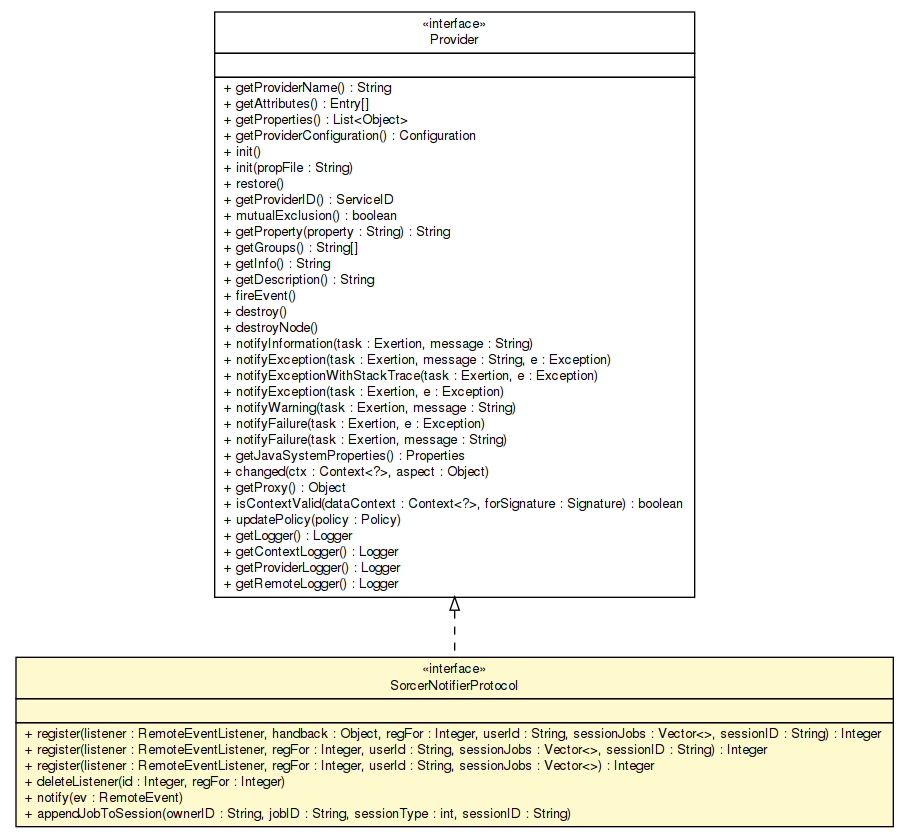
This is apidocs/sorcer/core/SorcerNotifierProtocol.png from sorcersoft/sorcersoft.github.io, a Graphviz export, as it was before one commit. Its source is kept beside it as apidocs/sorcer/core/SorcerNotifierProtocol.dot.
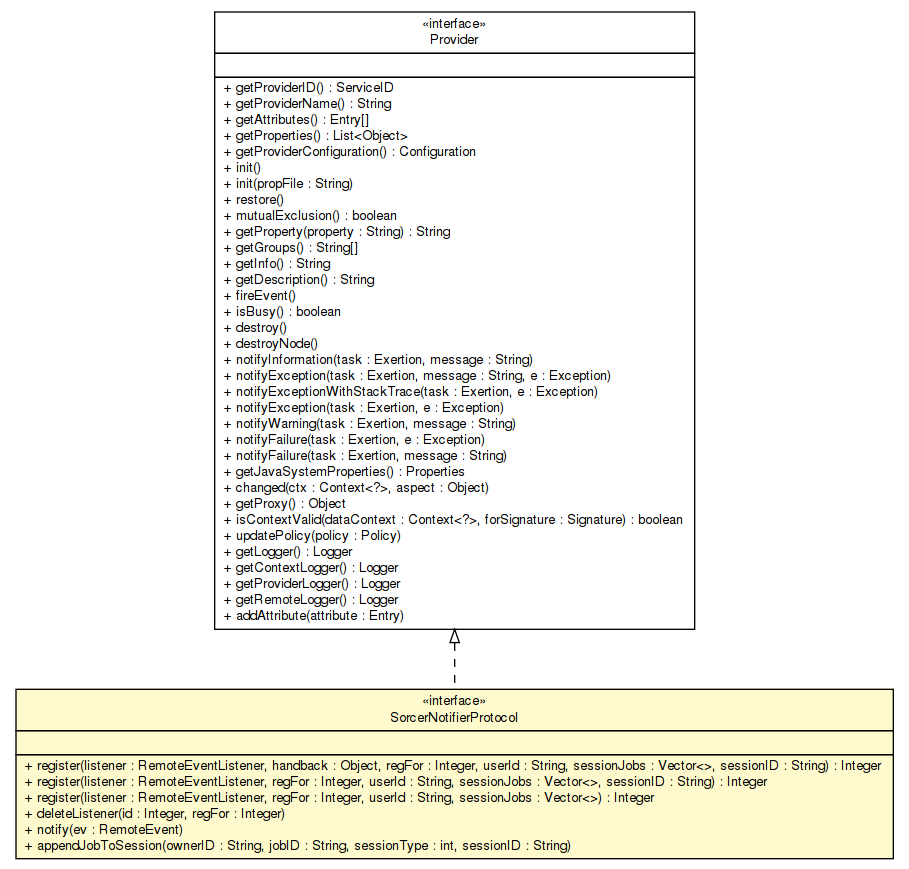
Later version of the same file.

Diff of the diagram source:
```diff
@@ -4,7 +4,7 @@
 	node [fontname="Helvetica",fontsize=10,shape=plaintext];
 	nodesep=0.25;
 	ranksep=0.5;
-	c326396 [label=<<table title="sorcer.core.SorcerNotifierProtocol" border="0" cellborder="1" cellspacing="0" cellpadding="2" port="p" bgcolor="lemonChiffon" href="./SorcerNotifierProtocol.html">
+	c449911 [label=<<table title="sorcer.core.SorcerNotifierProtocol" border="0" cellborder="1" cellspacing="0" cellpadding="2" port="p" bgcolor="lemonChiffon" href="./SorcerNotifierProtocol.html">
 		<tr><td><table border="0" cellspacing="0" cellpadding="1">
 <tr><td align="center" balign="center"> &#171;interface&#187; </td></tr>
 <tr><td align="center" balign="center"> SorcerNotifierProtocol </td></tr>
@@ -21,7 +21,7 @@
 <tr><td align="left" balign="left"> + appendJobToSession(ownerID : String, jobID : String, sessionType : int, sessionID : String) </td></tr>
 		</table></td></tr>
 		</table>>, URL="./SorcerNotifierProtocol.html", fontname="Helvetica", fontcolor="black", fontsize=10.0];
-	c326449 [label=<<table title="sorcer.core.provider.Provider" border="0" cellborder="1" cellspacing="0" cellpadding="2" port="p" href="./provider/Provider.html">
+	c449976 [label=<<table title="sorcer.core.provider.Provider" border="0" cellborder="1" cellspacing="0" cellpadding="2" port="p" href="./provider/Provider.html">
 		<tr><td><table border="0" cellspacing="0" cellpadding="1">
 <tr><td align="center" balign="center"> &#171;interface&#187; </td></tr>
 <tr><td align="center" balign="center"> Provider </td></tr>
@@ -30,6 +30,7 @@
 <tr><td align="left" balign="left">  </td></tr>
 		</table></td></tr>
 		<tr><td><table border="0" cellspacing="0" cellpadding="1">
+<tr><td align="left" balign="left"> + getProviderID() : ServiceID </td></tr>
 <tr><td align="left" balign="left"> + getProviderName() : String </td></tr>
 <tr><td align="left" balign="left"> + getAttributes() : Entry[] </td></tr>
 <tr><td align="left" balign="left"> + getProperties() : List&lt;Object&gt; </td></tr>
@@ -37,13 +38,13 @@
 <tr><td align="left" balign="left"> + init() </td></tr>
 <tr><td align="left" balign="left"> + init(propFile : String) </td></tr>
 <tr><td align="left" balign="left"> + restore() </td></tr>
-<tr><td align="left" balign="left"> + getProviderID() : ServiceID </td></tr>
 <tr><td align="left" balign="left"> + mutualExclusion() : boolean </td></tr>
 <tr><td align="left" balign="left"> + getProperty(property : String) : String </td></tr>
 <tr><td align="left" balign="left"> + getGroups() : String[] </td></tr>
 <tr><td align="left" balign="left"> + getInfo() : String </td></tr>
 <tr><td align="left" balign="left"> + getDescription() : String </td></tr>
 <tr><td align="left" balign="left"> + fireEvent() </td></tr>
+<tr><td align="left" balign="left"> + isBusy() : boolean </td></tr>
 <tr><td align="left" balign="left"> + destroy() </td></tr>
 <tr><td align="left" balign="left"> + destroyNode() </td></tr>
 <tr><td align="left" balign="left"> + notifyInformation(task : Exertion, message : String) </td></tr>
@@ -62,7 +63,8 @@
 <tr><td align="left" balign="left"> + getContextLogger() : Logger </td></tr>
 <tr><td align="left" balign="left"> + getProviderLogger() : Logger </td></tr>
 <tr><td align="left" balign="left"> + getRemoteLogger() : Logger </td></tr>
+<tr><td align="left" balign="left"> + addAttribute(attribute : Entry) </td></tr>
 		</table></td></tr>
 		</table>>, URL="./provider/Provider.html", fontname="Helvetica", fontcolor="black", fontsize=10.0];
-	c326449:p -> c326396:p [dir=back,arrowtail=empty,style=dashed];
+	c449976:p -> c449911:p [dir=back,arrowtail=empty,style=dashed];
 }
```
